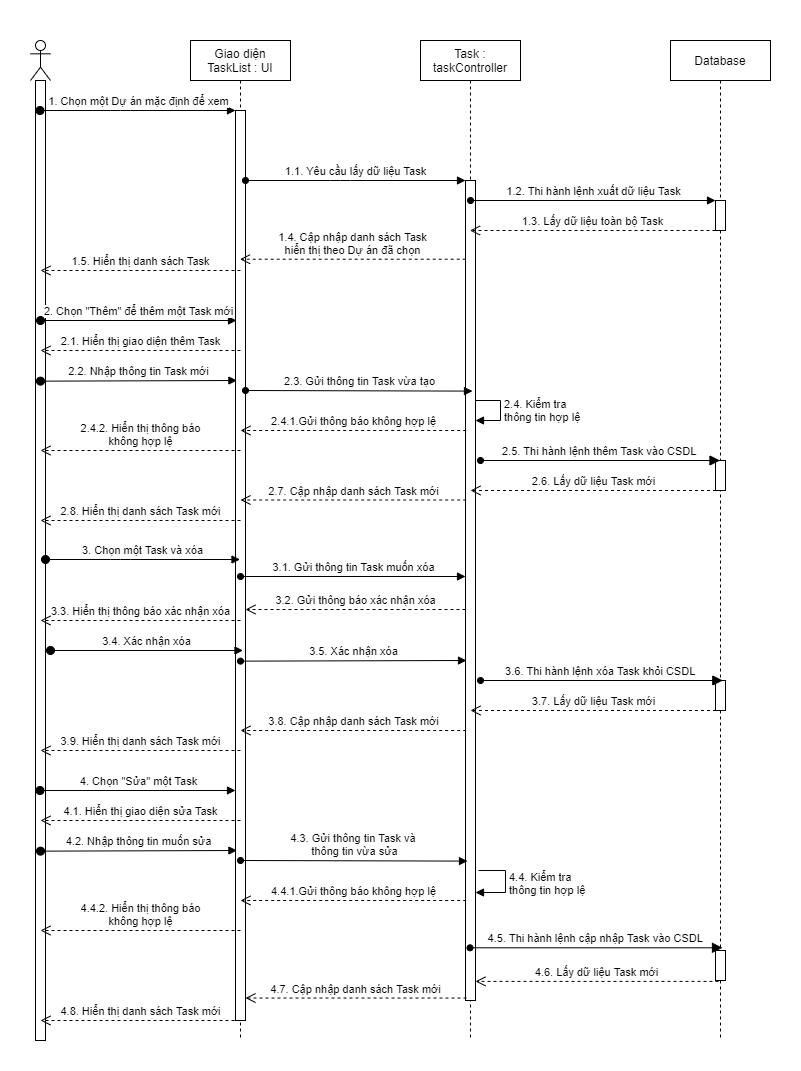
Before: ToDoApp-Doc/Document/Diagram/Sequence Diagram/DefaultProjectManagement/DefaultProjectManagement_SequenceDiagram.png, a diagram exported from draw.io (Merevoli-DatLuu/To-Do-App). Source tidied: cells renumbered, new cells last; positions are measured from the earlier drawing's top-left corner, leaving out a move shared by most shapes.
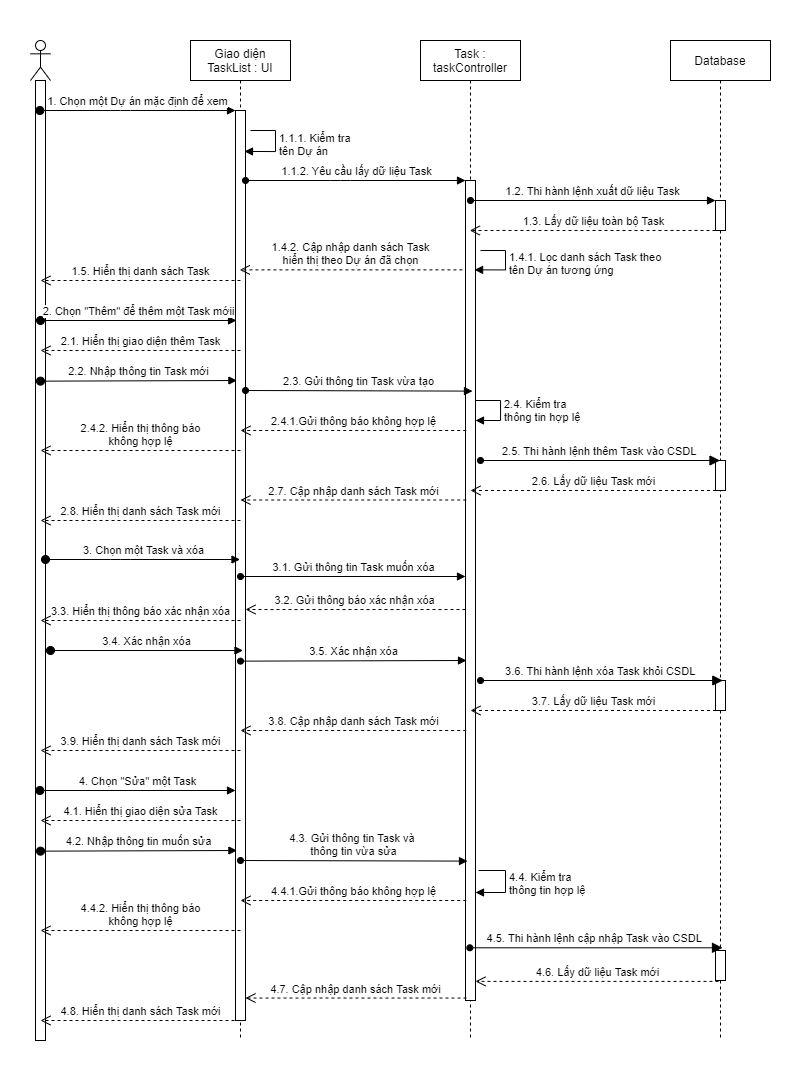
The same diagram one commit later.

Commit message:
[TODO-87]-[Modified]: DefaultProjectManagement Sequence Diagram

What changed in the source:
```diff
@@ -17,6 +17,15 @@
     <mxCell id="6" style="html=1;points=[];perimeter=orthogonalPerimeter;" parent="5" vertex="1">
       <mxGeometry x="45" y="70" width="10" height="910" as="geometry" />
     </mxCell>
+    <mxCell id="52" value="1.1.1. Kiểm tra&lt;br&gt;tên Dự án" style="edgeStyle=orthogonalEdgeStyle;html=1;align=left;spacingLeft=2;endArrow=block;rounded=0;entryX=0.9;entryY=0.045;entryDx=0;entryDy=0;entryPerimeter=0;" parent="5" edge="1" target="6">
+      <mxGeometry relative="1" as="geometry">
+        <mxPoint x="60" y="90" as="sourcePoint" />
+        <Array as="points">
+          <mxPoint x="85" y="90" />
+          <mxPoint x="85" y="111" />
+        </Array>
+      </mxGeometry>
+    </mxCell>
     <mxCell id="7" value="Task : taskController" style="shape=umlLifeline;perimeter=lifelinePerimeter;whiteSpace=wrap;html=1;outlineConnect=0;" parent="1" vertex="1">
       <mxGeometry x="420" y="40" width="100" height="1000" as="geometry" />
     </mxCell>
@@ -41,6 +50,15 @@
         </Array>
       </mxGeometry>
     </mxCell>
+    <mxCell id="53" value="1.4.1. Lọc danh sách Task theo&lt;br&gt;tên Dự án tương ứng" style="edgeStyle=orthogonalEdgeStyle;html=1;align=left;spacingLeft=2;endArrow=block;rounded=0;entryX=0.907;entryY=0.109;entryDx=0;entryDy=0;entryPerimeter=0;" parent="7" edge="1" target="8">
+      <mxGeometry relative="1" as="geometry">
+        <mxPoint x="60" y="210" as="sourcePoint" />
+        <Array as="points">
+          <mxPoint x="85" y="210" />
+          <mxPoint x="85" y="229" />
+        </Array>
+      </mxGeometry>
+    </mxCell>
     <mxCell id="11" value="Database" style="shape=umlLifeline;perimeter=lifelinePerimeter;whiteSpace=wrap;html=1;outlineConnect=0;" parent="1" vertex="1">
       <mxGeometry x="670" y="40" width="100" height="1000" as="geometry" />
     </mxCell>
@@ -64,7 +82,7 @@
         </Array>
       </mxGeometry>
     </mxCell>
-    <mxCell id="17" value="1.1. Yêu cầu lấy dữ liệu Task" style="html=1;verticalAlign=bottom;endArrow=block;startArrow=oval;startFill=1;" parent="1" edge="1" target="8">
+    <mxCell id="17" value="1.1.2. Yêu cầu lấy dữ liệu Task" style="html=1;verticalAlign=bottom;endArrow=block;startArrow=oval;startFill=1;" parent="1" edge="1" target="8">
       <mxGeometry relative="1" as="geometry">
         <mxPoint x="245" y="180" as="sourcePoint" />
         <Array as="points">
@@ -77,10 +95,10 @@
         <mxPoint x="715" y="230" as="sourcePoint" />
       </mxGeometry>
     </mxCell>
-    <mxCell id="19" value="1.4. Cập nhập danh sách Task&lt;br&gt;hiển thị theo Dự án đã chọn" style="html=1;verticalAlign=bottom;endArrow=open;endSize=8;endFill=0;startArrow=none;startFill=0;exitX=0.02;exitY=0.096;exitDx=0;exitDy=0;exitPerimeter=0;dashed=1;" parent="1" edge="1" source="8" target="5">
+    <mxCell id="19" value="1.4.2. Cập nhập danh sách Task&lt;br&gt;hiển thị theo Dự án đã chọn" style="html=1;verticalAlign=bottom;endArrow=open;endSize=8;endFill=0;startArrow=none;startFill=0;exitX=-0.307;exitY=0.109;exitDx=0;exitDy=0;exitPerimeter=0;dashed=1;" parent="1" edge="1" source="8" target="5">
       <mxGeometry relative="1" as="geometry" />
     </mxCell>
-    <mxCell id="20" value="2. Chọn &quot;Thêm&quot; để thêm một Task mới" style="html=1;verticalAlign=bottom;startArrow=oval;endArrow=block;startSize=8;" parent="1" edge="1">
+    <mxCell id="20" value="2. Chọn &quot;Thêm&quot; để thêm một Task mớii" style="html=1;verticalAlign=bottom;startArrow=oval;endArrow=block;startSize=8;" parent="1" edge="1">
       <mxGeometry relative="1" as="geometry">
         <mxPoint x="40" y="320" as="sourcePoint" />
         <mxPoint x="236" y="320" as="targetPoint" />
@@ -121,8 +139,8 @@
     </mxCell>
     <mxCell id="28" value="1.5. Hiển thị danh sách Task" style="html=1;verticalAlign=bottom;endArrow=open;endSize=8;endFill=0;startArrow=none;startFill=0;dashed=1;" parent="1" edge="1">
       <mxGeometry relative="1" as="geometry">
-        <mxPoint x="240" y="270" as="sourcePoint" />
-        <mxPoint x="40" y="270" as="targetPoint" />
+        <mxPoint x="240" y="280" as="sourcePoint" />
+        <mxPoint x="40" y="280" as="targetPoint" />
       </mxGeometry>
     </mxCell>
     <mxCell id="29" value="2.6. Lấy dữ liệu Task mới" style="html=1;verticalAlign=bottom;endArrow=open;dashed=1;endSize=8;exitX=0;exitY=0.95;" parent="1" edge="1">
```
